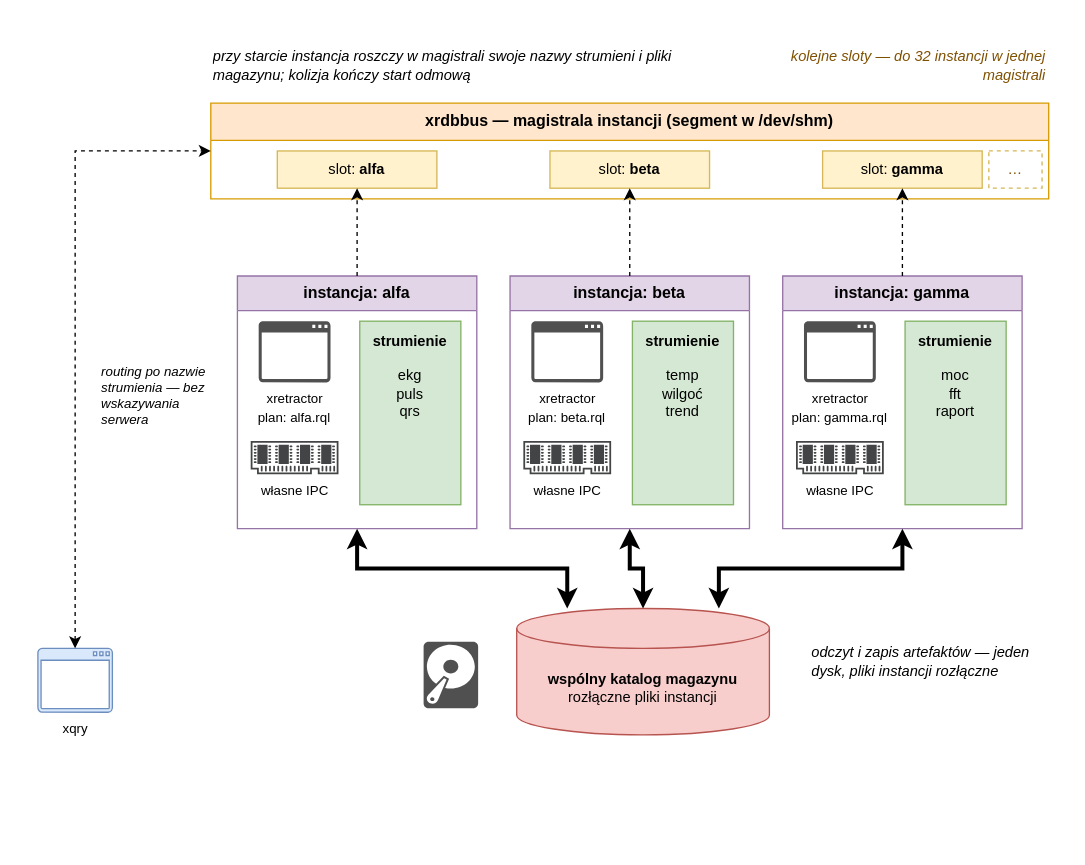
Above: page "Magistrala Prosta - ikony" (13 of 13) of assets/zrodlo-rysunkow.drawio in michalwidera/dokumentacja-rdb (draw.io), before the change. Source tidied: cells renumbered, new cells numbered last; positions are measured from the earlier drawing's top-left corner, leaving out a move shared by most shapes. Both pictures are drawn from the tidied source at 133%, with x=0, y=0 at pixel (37, 39).
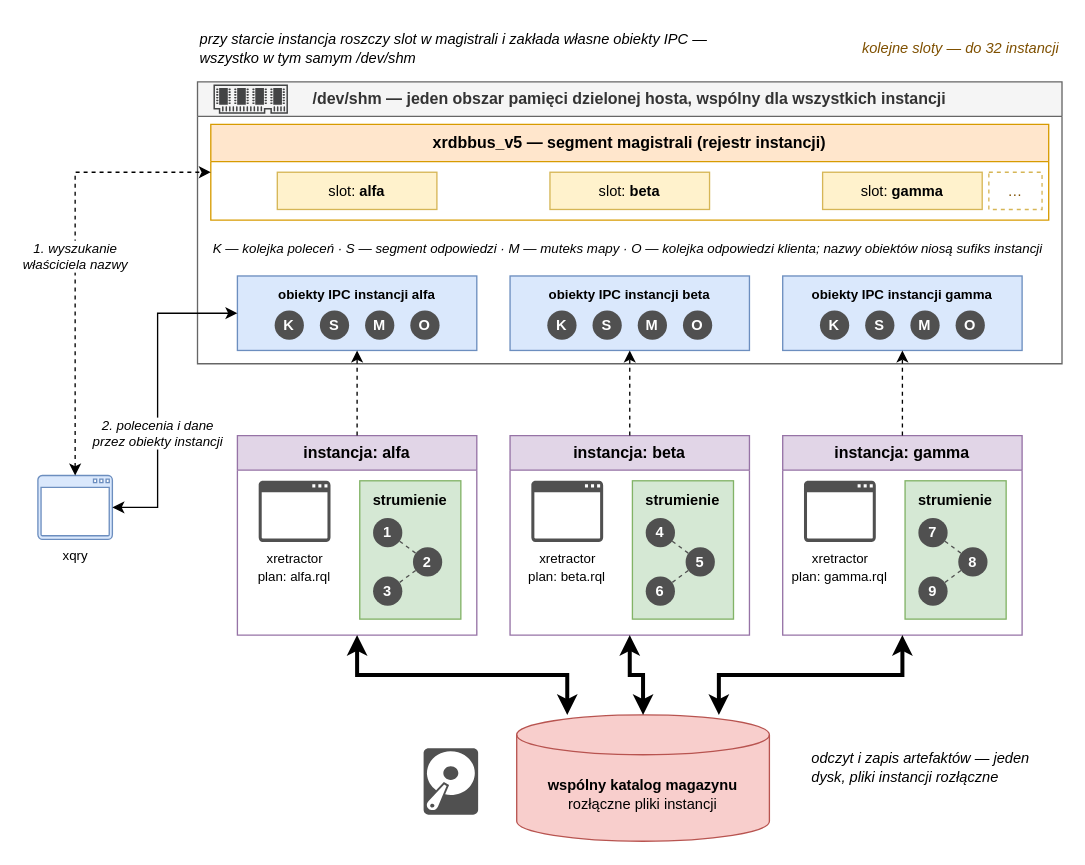
The same diagram, later.

The change refers to these unchanged cells:
```xml
<mxCell id="3" value="slot: &lt;b&gt;alfa&lt;/b&gt;" style="rounded=0;whiteSpace=wrap;html=1;fillColor=#fff2cc;strokeColor=#d6b656;fontSize=11;" parent="2" vertex="1">
  <mxGeometry x="50" y="36" width="120" height="28" as="geometry" />
</mxCell>
<mxCell id="4" value="slot: &lt;b&gt;beta&lt;/b&gt;" style="rounded=0;whiteSpace=wrap;html=1;fillColor=#fff2cc;strokeColor=#d6b656;fontSize=11;" parent="2" vertex="1">
  <mxGeometry x="255" y="36" width="120" height="28" as="geometry" />
</mxCell>
<mxCell id="5" value="slot: &lt;b&gt;gamma&lt;/b&gt;" style="rounded=0;whiteSpace=wrap;html=1;fillColor=#fff2cc;strokeColor=#d6b656;fontSize=11;" parent="2" vertex="1">
  <mxGeometry x="460" y="36" width="120" height="28" as="geometry" />
</mxCell>
```

The edit, as a diff of the source:
```diff
@@
+    <mxCell id="25" value="przy starcie instancja roszczy slot w magistrali i zakłada własne obiekty IPC — wszystko w tym samym /dev/shm" style="text;html=1;whiteSpace=wrap;overflow=hidden;align=left;verticalAlign=middle;fontSize=11;fontStyle=2;" parent="1" vertex="1">
+      <mxGeometry x="120" y="-12" width="430" height="38" as="geometry" />
+    </mxCell>
+    <mxCell id="26" value="kolejne sloty — do 32 instancji" style="text;html=1;whiteSpace=wrap;overflow=hidden;align=right;verticalAlign=middle;fontSize=11;fontStyle=2;fontColor=#7F5000;" parent="1" vertex="1">
+      <mxGeometry x="560" y="-12" width="210" height="38" as="geometry" />
+    </mxCell>
+    <mxCell id="36" value="&lt;b&gt;/dev/shm&lt;/b&gt; — jeden obszar pamięci dzielonej hosta, wspólny dla wszystkich instancji" style="swimlane;whiteSpace=wrap;html=1;fillColor=#f5f5f5;strokeColor=#666666;fontColor=#333333;startSize=26;" parent="1" vertex="1">
+      <mxGeometry x="120" y="32" width="650" height="212" as="geometry" />
+    </mxCell>
+    <mxCell id="37" style="sketch=0;shadow=0;dashed=0;html=1;strokeColor=none;fillColor=#434445;labelPosition=center;verticalLabelPosition=bottom;verticalAlign=top;align=center;shape=mxgraph.vvd.memory;" parent="36" vertex="1">
+      <mxGeometry x="12" y="2" width="56" height="22" as="geometry" />
+    </mxCell>
-    <mxCell id="2" value="&lt;b&gt;xrdbbus&lt;/b&gt; — magistrala instancji (segment w /dev/shm)" style="swimlane;whiteSpace=wrap;html=1;fillColor=#ffe6cc;strokeColor=#d79b00;startSize=28;" parent="1" vertex="1">
-      <mxGeometry x="130" y="48" width="630" height="72" as="geometry" />
+    <mxCell id="2" value="&lt;b&gt;xrdbbus_v5&lt;/b&gt; — segment magistrali (rejestr instancji)" style="swimlane;whiteSpace=wrap;html=1;fillColor=#ffe6cc;strokeColor=#d79b00;startSize=28;" parent="36" vertex="1">
+      <mxGeometry x="10" y="32" width="630" height="72" as="geometry" />
     </mxCell>
@@
+    <mxCell id="38" value="&lt;b&gt;obiekty IPC instancji alfa&lt;/b&gt;" style="rounded=0;whiteSpace=wrap;html=1;fillColor=#dae8fc;strokeColor=#6c8ebf;fontSize=10;verticalAlign=top;spacingTop=2;" parent="36" vertex="1">
+      <mxGeometry x="30" y="146" width="180" height="56" as="geometry" />
+    </mxCell>
+    <mxCell id="39" value="K" style="ellipse;whiteSpace=wrap;html=1;fillColor=#505050;strokeColor=none;fontColor=#FFFFFF;fontSize=11;fontStyle=1;" parent="38" vertex="1">
+      <mxGeometry x="28" y="26" width="22" height="22" as="geometry" />
+    </mxCell>
+    <mxCell id="40" value="S" style="ellipse;whiteSpace=wrap;html=1;fillColor=#505050;strokeColor=none;fontColor=#FFFFFF;fontSize=11;fontStyle=1;" parent="38" vertex="1">
+      <mxGeometry x="62" y="26" width="22" height="22" as="geometry" />
+    </mxCell>
+    <mxCell id="41" value="M" style="ellipse;whiteSpace=wrap;html=1;fillColor=#505050;strokeColor=none;fontColor=#FFFFFF;fontSize=11;fontStyle=1;" parent="38" vertex="1">
+      <mxGeometry x="96" y="26" width="22" height="22" as="geometry" />
+    </mxCell>
+    <mxCell id="42" value="O" style="ellipse;whiteSpace=wrap;html=1;fillColor=#505050;strokeColor=none;fontColor=#FFFFFF;fontSize=11;fontStyle=1;" parent="38" vertex="1">
+      <mxGeometry x="130" y="26" width="22" height="22" as="geometry" />
+    </mxCell>
+    <mxCell id="43" value="&lt;b&gt;obiekty IPC instancji beta&lt;/b&gt;" style="rounded=0;whiteSpace=wrap;html=1;fillColor=#dae8fc;strokeColor=#6c8ebf;fontSize=10;verticalAlign=top;spacingTop=2;" parent="36" vertex="1">
+      <mxGeometry x="235" y="146" width="180" height="56" as="geometry" />
+    </mxCell>
+    <mxCell id="44" value="K" style="ellipse;whiteSpace=wrap;html=1;fillColor=#505050;strokeColor=none;fontColor=#FFFFFF;fontSize=11;fontStyle=1;" parent="43" vertex="1">
+      <mxGeometry x="28" y="26" width="22" height="22" as="geometry" />
+    </mxCell>
+    <mxCell id="45" value="S" style="ellipse;whiteSpace=wrap;html=1;fillColor=#505050;strokeColor=none;fontColor=#FFFFFF;fontSize=11;fontStyle=1;" parent="43" vertex="1">
+      <mxGeometry x="62" y="26" width="22" height="22" as="geometry" />
+    </mxCell>
+    <mxCell id="46" value="M" style="ellipse;whiteSpace=wrap;html=1;fillColor=#505050;strokeColor=none;fontColor=#FFFFFF;fontSize=11;fontStyle=1;" parent="43" vertex="1">
+      <mxGeometry x="96" y="26" width="22" height="22" as="geometry" />
+    </mxCell>
+    <mxCell id="47" value="O" style="ellipse;whiteSpace=wrap;html=1;fillColor=#505050;strokeColor=none;fontColor=#FFFFFF;fontSize=11;fontStyle=1;" parent="43" vertex="1">
+      <mxGeometry x="130" y="26" width="22" height="22" as="geometry" />
+    </mxCell>
+    <mxCell id="48" value="&lt;b&gt;obiekty IPC instancji gamma&lt;/b&gt;" style="rounded=0;whiteSpace=wrap;html=1;fillColor=#dae8fc;strokeColor=#6c8ebf;fontSize=10;verticalAlign=top;spacingTop=2;" parent="36" vertex="1">
+      <mxGeometry x="440" y="146" width="180" height="56" as="geometry" />
+    </mxCell>
+    <mxCell id="49" value="K" style="ellipse;whiteSpace=wrap;html=1;fillColor=#505050;strokeColor=none;fontColor=#FFFFFF;fontSize=11;fontStyle=1;" parent="48" vertex="1">
+      <mxGeometry x="28" y="26" width="22" height="22" as="geometry" />
+    </mxCell>
+    <mxCell id="50" value="S" style="ellipse;whiteSpace=wrap;html=1;fillColor=#505050;strokeColor=none;fontColor=#FFFFFF;fontSize=11;fontStyle=1;" parent="48" vertex="1">
+      <mxGeometry x="62" y="26" width="22" height="22" as="geometry" />
+    </mxCell>
+    <mxCell id="51" value="M" style="ellipse;whiteSpace=wrap;html=1;fillColor=#505050;strokeColor=none;fontColor=#FFFFFF;fontSize=11;fontStyle=1;" parent="48" vertex="1">
+      <mxGeometry x="96" y="26" width="22" height="22" as="geometry" />
+    </mxCell>
+    <mxCell id="52" value="O" style="ellipse;whiteSpace=wrap;html=1;fillColor=#505050;strokeColor=none;fontColor=#FFFFFF;fontSize=11;fontStyle=1;" parent="48" vertex="1">
+      <mxGeometry x="130" y="26" width="22" height="22" as="geometry" />
+    </mxCell>
+    <mxCell id="53" value="K — kolejka poleceń · S — segment odpowiedzi · M — muteks mapy · O — kolejka odpowiedzi klienta; nazwy obiektów niosą sufiks instancji" style="text;html=1;whiteSpace=wrap;overflow=hidden;align=left;verticalAlign=middle;fontSize=10;fontStyle=2;" parent="36" vertex="1">
+      <mxGeometry x="10" y="110" width="630" height="30" as="geometry" />
+    </mxCell>
     <mxCell id="7" value="instancja: &lt;b&gt;alfa&lt;/b&gt;" style="swimlane;whiteSpace=wrap;html=1;fillColor=#e1d5e7;strokeColor=#9673a6;startSize=26;" parent="1" vertex="1">
-      <mxGeometry x="150" y="178" width="180" height="190" as="geometry" />
+      <mxGeometry x="150" y="298" width="180" height="150" as="geometry" />
     </mxCell>
@@
-    <mxCell id="10" value="własne IPC" style="sketch=0;shadow=0;dashed=0;html=1;strokeColor=none;fillColor=#434445;labelPosition=center;verticalLabelPosition=bottom;verticalAlign=top;align=center;shape=mxgraph.vvd.memory;fontSize=10;" parent="7" vertex="1">
-      <mxGeometry x="10" y="124" width="66" height="25" as="geometry" />
-    </mxCell>
-    <mxCell id="11" value="&lt;b&gt;strumienie&lt;/b&gt;&lt;div&gt;&lt;br&gt;&lt;/div&gt;&lt;div&gt;ekg&lt;/div&gt;&lt;div&gt;puls&lt;/div&gt;&lt;div&gt;qrs&lt;/div&gt;" style="rounded=0;whiteSpace=wrap;html=1;fillColor=#d5e8d4;strokeColor=#82b366;fontSize=11;verticalAlign=top;spacingTop=2;" parent="7" vertex="1">
-      <mxGeometry x="92" y="34" width="76" height="138" as="geometry" />
+    <mxCell id="11" value="&lt;b&gt;strumienie&lt;/b&gt;" style="rounded=0;whiteSpace=wrap;html=1;fillColor=#d5e8d4;strokeColor=#82b366;fontSize=11;verticalAlign=top;spacingTop=2;" parent="7" vertex="1">
+      <mxGeometry x="92" y="34" width="76" height="104" as="geometry" />
     </mxCell>
+    <mxCell id="54" value="1" style="ellipse;whiteSpace=wrap;html=1;fillColor=#505050;strokeColor=none;fontColor=#FFFFFF;fontSize=11;fontStyle=1;" parent="11" vertex="1">
+      <mxGeometry x="10" y="28" width="22" height="22" as="geometry" />
+    </mxCell>
+    <mxCell id="55" value="2" style="ellipse;whiteSpace=wrap;html=1;fillColor=#505050;strokeColor=none;fontColor=#FFFFFF;fontSize=11;fontStyle=1;" parent="11" vertex="1">
+      <mxGeometry x="40" y="50" width="22" height="22" as="geometry" />
+    </mxCell>
+    <mxCell id="56" value="3" style="ellipse;whiteSpace=wrap;html=1;fillColor=#505050;strokeColor=none;fontColor=#FFFFFF;fontSize=11;fontStyle=1;" parent="11" vertex="1">
+      <mxGeometry x="10" y="72" width="22" height="22" as="geometry" />
+    </mxCell>
+    <mxCell id="57" style="edgeStyle=none;rounded=0;html=1;dashed=1;endArrow=none;strokeColor=#505050;" parent="11" edge="1" source="54" target="55">
+      <mxGeometry relative="1" as="geometry" />
+    </mxCell>
+    <mxCell id="58" style="edgeStyle=none;rounded=0;html=1;dashed=1;endArrow=none;strokeColor=#505050;" parent="11" edge="1" source="55" target="56">
+      <mxGeometry relative="1" as="geometry" />
+    </mxCell>
     <mxCell id="12" value="instancja: &lt;b&gt;beta&lt;/b&gt;" style="swimlane;whiteSpace=wrap;html=1;fillColor=#e1d5e7;strokeColor=#9673a6;startSize=26;" parent="1" vertex="1">
-      <mxGeometry x="355" y="178" width="180" height="190" as="geometry" />
+      <mxGeometry x="355" y="298" width="180" height="150" as="geometry" />
     </mxCell>
@@
-    <mxCell id="15" value="własne IPC" style="sketch=0;shadow=0;dashed=0;html=1;strokeColor=none;fillColor=#434445;labelPosition=center;verticalLabelPosition=bottom;verticalAlign=top;align=center;shape=mxgraph.vvd.memory;fontSize=10;" parent="12" vertex="1">
-      <mxGeometry x="10" y="124" width="66" height="25" as="geometry" />
-    </mxCell>
-    <mxCell id="16" value="&lt;b&gt;strumienie&lt;/b&gt;&lt;div&gt;&lt;br&gt;&lt;/div&gt;&lt;div&gt;temp&lt;/div&gt;&lt;div&gt;wilgoć&lt;/div&gt;&lt;div&gt;trend&lt;/div&gt;" style="rounded=0;whiteSpace=wrap;html=1;fillColor=#d5e8d4;strokeColor=#82b366;fontSize=11;verticalAlign=top;spacingTop=2;" parent="12" vertex="1">
-      <mxGeometry x="92" y="34" width="76" height="138" as="geometry" />
+    <mxCell id="16" value="&lt;b&gt;strumienie&lt;/b&gt;" style="rounded=0;whiteSpace=wrap;html=1;fillColor=#d5e8d4;strokeColor=#82b366;fontSize=11;verticalAlign=top;spacingTop=2;" parent="12" vertex="1">
+      <mxGeometry x="92" y="34" width="76" height="104" as="geometry" />
     </mxCell>
+    <mxCell id="59" value="4" style="ellipse;whiteSpace=wrap;html=1;fillColor=#505050;strokeColor=none;fontColor=#FFFFFF;fontSize=11;fontStyle=1;" parent="16" vertex="1">
+      <mxGeometry x="10" y="28" width="22" height="22" as="geometry" />
+    </mxCell>
+    <mxCell id="60" value="5" style="ellipse;whiteSpace=wrap;html=1;fillColor=#505050;strokeColor=none;fontColor=#FFFFFF;fontSize=11;fontStyle=1;" parent="16" vertex="1">
+      <mxGeometry x="40" y="50" width="22" height="22" as="geometry" />
+    </mxCell>
+    <mxCell id="61" value="6" style="ellipse;whiteSpace=wrap;html=1;fillColor=#505050;strokeColor=none;fontColor=#FFFFFF;fontSize=11;fontStyle=1;" parent="16" vertex="1">
+      <mxGeometry x="10" y="72" width="22" height="22" as="geometry" />
+    </mxCell>
+    <mxCell id="62" style="edgeStyle=none;rounded=0;html=1;dashed=1;endArrow=none;strokeColor=#505050;" parent="16" edge="1" source="59" target="60">
+      <mxGeometry relative="1" as="geometry" />
+    </mxCell>
+    <mxCell id="63" style="edgeStyle=none;rounded=0;html=1;dashed=1;endArrow=none;strokeColor=#505050;" parent="16" edge="1" source="60" target="61">
+      <mxGeometry relative="1" as="geometry" />
+    </mxCell>
     <mxCell id="17" value="instancja: &lt;b&gt;gamma&lt;/b&gt;" style="swimlane;whiteSpace=wrap;html=1;fillColor=#e1d5e7;strokeColor=#9673a6;startSize=26;" parent="1" vertex="1">
-      <mxGeometry x="560" y="178" width="180" height="190" as="geometry" />
+      <mxGeometry x="560" y="298" width="180" height="150" as="geometry" />
     </mxCell>
@@
-    <mxCell id="20" value="własne IPC" style="sketch=0;shadow=0;dashed=0;html=1;strokeColor=none;fillColor=#434445;labelPosition=center;verticalLabelPosition=bottom;verticalAlign=top;align=center;shape=mxgraph.vvd.memory;fontSize=10;" parent="17" vertex="1">
-      <mxGeometry x="10" y="124" width="66" height="25" as="geometry" />
-    </mxCell>
-    <mxCell id="21" value="&lt;b&gt;strumienie&lt;/b&gt;&lt;div&gt;&lt;br&gt;&lt;/div&gt;&lt;div&gt;moc&lt;/div&gt;&lt;div&gt;fft&lt;/div&gt;&lt;div&gt;raport&lt;/div&gt;" style="rounded=0;whiteSpace=wrap;html=1;fillColor=#d5e8d4;strokeColor=#82b366;fontSize=11;verticalAlign=top;spacingTop=2;" parent="17" vertex="1">
-      <mxGeometry x="92" y="34" width="76" height="138" as="geometry" />
+    <mxCell id="21" value="&lt;b&gt;strumienie&lt;/b&gt;" style="rounded=0;whiteSpace=wrap;html=1;fillColor=#d5e8d4;strokeColor=#82b366;fontSize=11;verticalAlign=top;spacingTop=2;" parent="17" vertex="1">
+      <mxGeometry x="92" y="34" width="76" height="104" as="geometry" />
     </mxCell>
-    <mxCell id="22" style="edgeStyle=orthogonalEdgeStyle;rounded=0;jettySize=auto;html=1;dashed=1;exitX=0.5;exitY=0;exitDx=0;exitDy=0;entryX=0.5;entryY=1;entryDx=0;entryDy=0;" parent="1" edge="1" source="7" target="3">
-      <mxGeometry relative="1" as="geometry" />
-    </mxCell>
-    <mxCell id="23" style="edgeStyle=orthogonalEdgeStyle;rounded=0;jettySize=auto;html=1;dashed=1;exitX=0.5;exitY=0;exitDx=0;exitDy=0;entryX=0.5;entryY=1;entryDx=0;entryDy=0;" parent="1" edge="1" source="12" target="4">
-      <mxGeometry relative="1" as="geometry" />
-    </mxCell>
-    <mxCell id="24" style="edgeStyle=orthogonalEdgeStyle;rounded=0;jettySize=auto;html=1;dashed=1;exitX=0.5;exitY=0;exitDx=0;exitDy=0;entryX=0.5;entryY=1;entryDx=0;entryDy=0;" parent="1" edge="1" source="17" target="5">
-      <mxGeometry relative="1" as="geometry" />
-    </mxCell>
-    <mxCell id="25" value="przy starcie instancja roszczy w magistrali swoje nazwy strumieni i pliki magazynu; kolizja kończy start odmową" style="text;html=1;whiteSpace=wrap;overflow=hidden;align=left;verticalAlign=middle;fontSize=11;fontStyle=2;" parent="1" vertex="1">
-      <mxGeometry x="130" width="380" height="40" as="geometry" />
-    </mxCell>
-    <mxCell id="26" value="kolejne sloty — do 32 instancji w jednej magistrali" style="text;html=1;whiteSpace=wrap;overflow=hidden;align=right;verticalAlign=middle;fontSize=11;fontStyle=2;fontColor=#7F5000;" parent="1" vertex="1">
-      <mxGeometry x="525" width="235" height="40" as="geometry" />
-    </mxCell>
+    <mxCell id="64" value="7" style="ellipse;whiteSpace=wrap;html=1;fillColor=#505050;strokeColor=none;fontColor=#FFFFFF;fontSize=11;fontStyle=1;" parent="21" vertex="1">
+      <mxGeometry x="10" y="28" width="22" height="22" as="geometry" />
+    </mxCell>
+    <mxCell id="65" value="8" style="ellipse;whiteSpace=wrap;html=1;fillColor=#505050;strokeColor=none;fontColor=#FFFFFF;fontSize=11;fontStyle=1;" parent="21" vertex="1">
+      <mxGeometry x="40" y="50" width="22" height="22" as="geometry" />
+    </mxCell>
+    <mxCell id="66" value="9" style="ellipse;whiteSpace=wrap;html=1;fillColor=#505050;strokeColor=none;fontColor=#FFFFFF;fontSize=11;fontStyle=1;" parent="21" vertex="1">
+      <mxGeometry x="10" y="72" width="22" height="22" as="geometry" />
+    </mxCell>
+    <mxCell id="67" style="edgeStyle=none;rounded=0;html=1;dashed=1;endArrow=none;strokeColor=#505050;" parent="21" edge="1" source="64" target="65">
+      <mxGeometry relative="1" as="geometry" />
+    </mxCell>
+    <mxCell id="68" style="edgeStyle=none;rounded=0;html=1;dashed=1;endArrow=none;strokeColor=#505050;" parent="21" edge="1" source="65" target="66">
+      <mxGeometry relative="1" as="geometry" />
+    </mxCell>
+    <mxCell id="69" style="edgeStyle=orthogonalEdgeStyle;rounded=0;jettySize=auto;html=1;dashed=1;exitX=0.5;exitY=0;exitDx=0;exitDy=0;entryX=0.5;entryY=1;entryDx=0;entryDy=0;" parent="1" edge="1" source="7" target="38">
+      <mxGeometry relative="1" as="geometry" />
+    </mxCell>
+    <mxCell id="70" style="edgeStyle=orthogonalEdgeStyle;rounded=0;jettySize=auto;html=1;dashed=1;exitX=0.5;exitY=0;exitDx=0;exitDy=0;entryX=0.5;entryY=1;entryDx=0;entryDy=0;" parent="1" edge="1" source="12" target="43">
+      <mxGeometry relative="1" as="geometry" />
+    </mxCell>
+    <mxCell id="71" style="edgeStyle=orthogonalEdgeStyle;rounded=0;jettySize=auto;html=1;dashed=1;exitX=0.5;exitY=0;exitDx=0;exitDy=0;entryX=0.5;entryY=1;entryDx=0;entryDy=0;" parent="1" edge="1" source="17" target="48">
+      <mxGeometry relative="1" as="geometry" />
+    </mxCell>
     <mxCell id="27" value="&lt;b&gt;wspólny katalog magazynu&lt;/b&gt;&lt;div&gt;rozłączne pliki instancji&lt;/div&gt;" style="shape=cylinder3;whiteSpace=wrap;html=1;boundedLbl=1;backgroundOutline=1;size=15;fillColor=#f8cecc;strokeColor=#b85450;fontSize=11;" parent="1" vertex="1">
-      <mxGeometry x="360" y="428" width="190" height="95" as="geometry" />
+      <mxGeometry x="360" y="508" width="190" height="95" as="geometry" />
     </mxCell>
     <mxCell id="28" style="sketch=0;shadow=0;dashed=0;html=1;strokeColor=none;fillColor=#505050;labelPosition=center;verticalLabelPosition=bottom;verticalAlign=top;align=center;shape=mxgraph.office.devices.hard_disk;" parent="1" vertex="1">
-      <mxGeometry x="290" y="453" width="41" height="50" as="geometry" />
+      <mxGeometry x="290" y="533" width="41" height="50" as="geometry" />
     </mxCell>
@@
     <mxCell id="32" value="odczyt i zapis artefaktów — jeden dysk, pliki instancji rozłączne" style="text;html=1;whiteSpace=wrap;overflow=hidden;align=left;verticalAlign=middle;fontSize=11;fontStyle=2;" parent="1" vertex="1">
-      <mxGeometry x="580" y="443" width="180" height="50" as="geometry" />
+      <mxGeometry x="580" y="523" width="180" height="50" as="geometry" />
     </mxCell>
     <mxCell id="33" value="xqry" style="sketch=0;shadow=0;dashed=0;html=1;strokeColor=#6c8ebf;fillColor=#dae8fc;labelPosition=center;verticalLabelPosition=bottom;verticalAlign=top;outlineConnect=0;align=center;shape=mxgraph.office.concepts.application_generic;fontSize=10;" parent="1" vertex="1">
-      <mxGeometry y="458" width="56" height="48" as="geometry" />
+      <mxGeometry y="328" width="56" height="48" as="geometry" />
     </mxCell>
-    <mxCell id="34" style="edgeStyle=orthogonalEdgeStyle;rounded=0;jettySize=auto;html=1;dashed=1;startArrow=classic;startFill=1;exitX=0.5;exitY=0;exitDx=0;exitDy=0;entryX=0;entryY=0.5;entryDx=0;entryDy=0;" parent="1" edge="1" source="33" target="2">
+    <mxCell id="34" value="1. wyszukanie&lt;br&gt;właściciela nazwy" style="edgeStyle=orthogonalEdgeStyle;rounded=0;jettySize=auto;html=1;dashed=1;startArrow=classic;startFill=1;exitX=0.5;exitY=0;exitDx=0;exitDy=0;entryX=0;entryY=0.5;entryDx=0;entryDy=0;fontSize=10;fontStyle=2;labelBackgroundColor=#FFFFFF;" parent="1" edge="1" source="33" target="2">
       <mxGeometry relative="1" as="geometry" />
     </mxCell>
-    <mxCell id="35" value="routing po nazwie strumienia — bez wskazywania serwera" style="text;html=1;whiteSpace=wrap;overflow=hidden;align=left;verticalAlign=middle;fontSize=10;fontStyle=2;" parent="1" vertex="1">
-      <mxGeometry x="46" y="223" width="94" height="90" as="geometry" />
-    </mxCell>
+    <mxCell id="72" value="2. polecenia i dane&lt;br&gt;przez obiekty instancji" style="edgeStyle=orthogonalEdgeStyle;rounded=0;jettySize=auto;html=1;startArrow=classic;startFill=1;exitX=1;exitY=0.5;exitDx=0;exitDy=0;entryX=0;entryY=0.5;entryDx=0;entryDy=0;fontSize=10;fontStyle=2;labelBackgroundColor=#FFFFFF;" parent="1" edge="1" source="33" target="38">
+      <mxGeometry relative="1" as="geometry">
+        <Array as="points">
+          <mxPoint x="90" y="352" />
+          <mxPoint x="90" y="206" />
+        </Array>
+        <mxPoint y="30" as="offset" />
+      </mxGeometry>
+    </mxCell>
```
